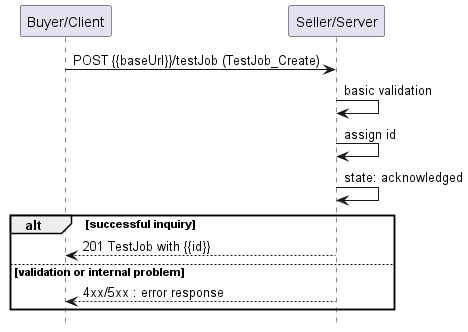
Before: documentation/serviceApi/sft/serviceTest/media/useCase7.png, a diagram exported from PlantUML (MEF-GIT/MEF-LSO-Legato-SDK).
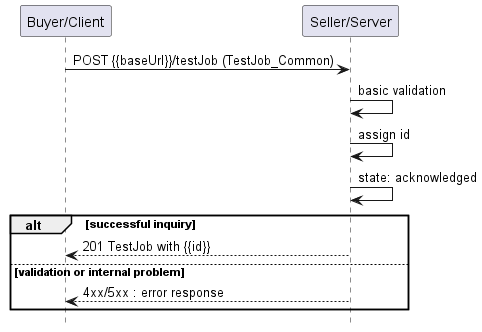
The same file after the commit.

Change to the diagram source:
```diff
@@ -6,7 +6,7 @@
 participant "Buyer/Client" as B
 participant "Seller/Server" as S
 
-B -> S : POST {{baseUrl}}/testJob (TestJob_Create)
+B -> S : POST {{baseUrl}}/testJob (TestJob_Common)
 
 S -> S : basic validation
 S -> S : assign id
```
